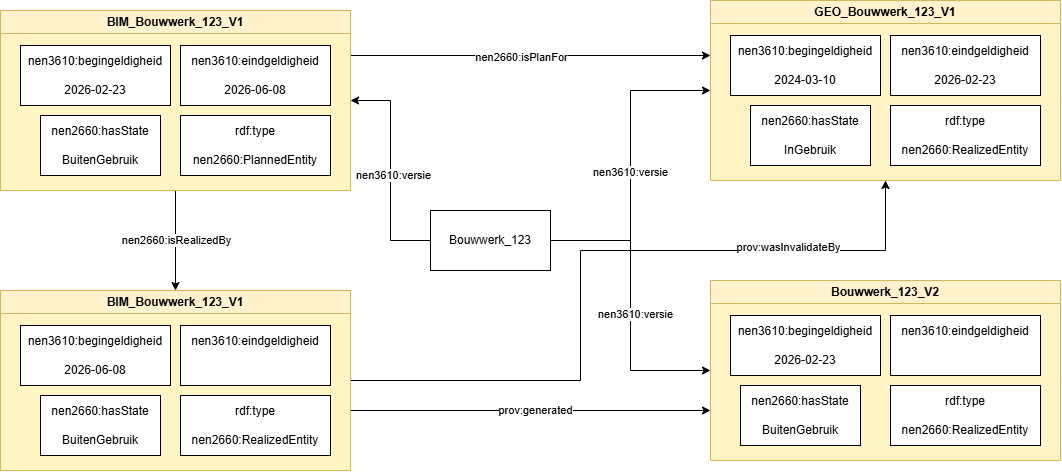
This is media/levenscyclus/Bouwwerk_met_verschillende_versies-Bouwwerk_2.png from Geonovum/GeoBIM_BIM_naar_Geo, a draw.io export, as it was before one commit. Source tidied: cells renumbered, new cells last; positions are measured from the earlier drawing's top-left corner, leaving out a move shared by most shapes. The source it was exported from:
```xml
<mxGraphModel>
  <root>
    <mxCell id="0" />
    <mxCell id="1" parent="0" />
    <mxCell id="2" style="edgeStyle=orthogonalEdgeStyle;rounded=0;jettySize=auto;html=1;entryX=0;entryY=0.5;entryDx=0;entryDy=0;" parent="1" edge="1" source="8" target="9">
      <mxGeometry relative="1" as="geometry" />
    </mxCell>
    <mxCell id="3" value="nen3610:versie" style="edgeLabel;html=1;align=center;verticalAlign=middle;" parent="2" vertex="1">
      <mxGeometry x="-0.04" y="1" relative="1" as="geometry" />
    </mxCell>
    <mxCell id="4" style="edgeStyle=orthogonalEdgeStyle;rounded=0;jettySize=auto;html=1;entryX=0;entryY=0.5;entryDx=0;entryDy=0;" parent="1" edge="1" source="8" target="14">
      <mxGeometry relative="1" as="geometry" />
    </mxCell>
    <mxCell id="5" value="nen3610:versie" style="edgeLabel;html=1;align=center;verticalAlign=middle;" parent="4" vertex="1">
      <mxGeometry x="0.37" y="4" relative="1" as="geometry">
        <mxPoint y="-46" as="offset" />
      </mxGeometry>
    </mxCell>
    <mxCell id="6" style="edgeStyle=orthogonalEdgeStyle;rounded=0;jettySize=auto;html=1;entryX=1;entryY=0.5;entryDx=0;entryDy=0;" parent="1" edge="1" source="8" target="23">
      <mxGeometry relative="1" as="geometry" />
    </mxCell>
    <mxCell id="7" value="nen3610:versie" style="edgeLabel;html=1;align=center;verticalAlign=middle;" parent="6" vertex="1">
      <mxGeometry x="-0.04" y="-2" relative="1" as="geometry" />
    </mxCell>
    <mxCell id="8" value="Bouwwerk_123" style="rounded=0;whiteSpace=wrap;html=1;" parent="1" vertex="1">
      <mxGeometry x="430" y="210" width="120" height="60" as="geometry" />
    </mxCell>
    <mxCell id="9" value="GEO_Bouwwerk_123_V1" style="swimlane;whiteSpace=wrap;html=1;fillColor=#fff2cc;strokeColor=#d6b656;fillStyle=solid;swimlaneFillColor=#FFF4C3;" parent="1" vertex="1">
      <mxGeometry x="710" width="350" height="180" as="geometry" />
    </mxCell>
    <mxCell id="10" value="nen2660:hasState &lt;br&gt;&lt;br&gt;&lt;div&gt;InGebruik&lt;/div&gt;" style="rounded=0;whiteSpace=wrap;html=1;" parent="9" vertex="1">
      <mxGeometry x="40" y="105" width="120" height="60" as="geometry" />
    </mxCell>
    <mxCell id="11" value="nen3610:begingeldigheid&lt;br&gt;&lt;br&gt;&lt;div&gt;2024-03-10&lt;/div&gt;" style="rounded=0;whiteSpace=wrap;html=1;" parent="9" vertex="1">
      <mxGeometry x="20" y="35" width="150" height="60" as="geometry" />
    </mxCell>
    <mxCell id="12" value="nen3610:eindgeldigheid&lt;br&gt;&lt;br&gt;&lt;div&gt;2026-02-23&lt;/div&gt;" style="rounded=0;whiteSpace=wrap;html=1;" parent="9" vertex="1">
      <mxGeometry x="180" y="35" width="150" height="60" as="geometry" />
    </mxCell>
    <mxCell id="13" value="rdf:type&lt;br&gt;&lt;br&gt;&lt;div&gt;nen2660:RealizedEntity&lt;/div&gt;" style="rounded=0;whiteSpace=wrap;html=1;" parent="9" vertex="1">
      <mxGeometry x="180" y="105" width="150" height="60" as="geometry" />
    </mxCell>
    <mxCell id="14" value="Bouwwerk_123_V2" style="swimlane;whiteSpace=wrap;html=1;fillColor=#fff2cc;strokeColor=#d6b656;fillStyle=solid;swimlaneFillColor=#FFF4C3;" parent="1" vertex="1">
      <mxGeometry x="710" y="280" width="350" height="180" as="geometry" />
    </mxCell>
    <mxCell id="15" value="nen2660:hasState &lt;br&gt;&lt;br&gt;&lt;div&gt;BuitenGebruik&lt;/div&gt;" style="rounded=0;whiteSpace=wrap;html=1;" parent="14" vertex="1">
      <mxGeometry x="30" y="105" width="120" height="60" as="geometry" />
    </mxCell>
    <mxCell id="16" value="nen3610:begingeldigheid&lt;br&gt;&lt;br&gt;&lt;div&gt;2026-02-23&lt;/div&gt;" style="rounded=0;whiteSpace=wrap;html=1;" parent="14" vertex="1">
      <mxGeometry x="20" y="35" width="150" height="60" as="geometry" />
    </mxCell>
    <mxCell id="17" value="nen3610:eindgeldigheid&lt;br&gt;&lt;div&gt;&amp;nbsp;&lt;br&gt;&lt;br&gt;&lt;/div&gt;" style="rounded=0;whiteSpace=wrap;html=1;" parent="14" vertex="1">
      <mxGeometry x="180" y="35" width="150" height="60" as="geometry" />
    </mxCell>
    <mxCell id="18" value="rdf:type&lt;br&gt;&lt;br&gt;&lt;div&gt;nen2660:RealizedEntity&lt;/div&gt;" style="rounded=0;whiteSpace=wrap;html=1;" parent="14" vertex="1">
      <mxGeometry x="180" y="105" width="150" height="60" as="geometry" />
    </mxCell>
    <mxCell id="19" style="edgeStyle=orthogonalEdgeStyle;rounded=0;jettySize=auto;html=1;exitX=1;exitY=0.25;exitDx=0;exitDy=0;" parent="1" edge="1" source="23">
      <mxGeometry relative="1" as="geometry">
        <mxPoint x="710" y="55" as="targetPoint" />
      </mxGeometry>
    </mxCell>
    <mxCell id="20" value="nen2660:isPlanFor" style="edgeLabel;html=1;align=center;verticalAlign=middle;" parent="19" vertex="1">
      <mxGeometry x="0.08" y="-1" relative="1" as="geometry">
        <mxPoint x="-24" as="offset" />
      </mxGeometry>
    </mxCell>
    <mxCell id="21" style="edgeStyle=orthogonalEdgeStyle;rounded=0;jettySize=auto;html=1;" parent="1" edge="1" source="23" target="32">
      <mxGeometry relative="1" as="geometry" />
    </mxCell>
    <mxCell id="22" value="nen2660:isRealizedBy" style="edgeLabel;html=1;align=center;verticalAlign=middle;" parent="21" vertex="1">
      <mxGeometry x="-0.01" relative="1" as="geometry" />
    </mxCell>
    <mxCell id="23" value="BIM_Bouwwerk_123_V1" style="swimlane;whiteSpace=wrap;html=1;fillColor=#fff2cc;strokeColor=#d6b656;fillStyle=solid;swimlaneFillColor=#FFF4C3;" parent="1" vertex="1">
      <mxGeometry y="10" width="350" height="180" as="geometry" />
    </mxCell>
    <mxCell id="24" value="nen2660:hasState &lt;br&gt;&lt;br&gt;&lt;div&gt;BuitenGebruik&lt;/div&gt;" style="rounded=0;whiteSpace=wrap;html=1;" parent="23" vertex="1">
      <mxGeometry x="40" y="105" width="120" height="60" as="geometry" />
    </mxCell>
    <mxCell id="25" value="nen3610:begingeldigheid&lt;br&gt;&lt;br&gt;&lt;div&gt;2026-02-23&lt;/div&gt;" style="rounded=0;whiteSpace=wrap;html=1;" parent="23" vertex="1">
      <mxGeometry x="20" y="35" width="150" height="60" as="geometry" />
    </mxCell>
    <mxCell id="26" value="nen3610:eindgeldigheid&lt;br&gt;&lt;br&gt;&lt;div&gt;2026-06-08&lt;/div&gt;" style="rounded=0;whiteSpace=wrap;html=1;" parent="23" vertex="1">
      <mxGeometry x="180" y="35" width="150" height="60" as="geometry" />
    </mxCell>
    <mxCell id="27" value="rdf:type&lt;br&gt;&lt;br&gt;&lt;div&gt;nen2660:PlannedEntity&lt;/div&gt;" style="rounded=0;whiteSpace=wrap;html=1;" parent="23" vertex="1">
      <mxGeometry x="180" y="105" width="150" height="60" as="geometry" />
    </mxCell>
    <mxCell id="28" style="edgeStyle=orthogonalEdgeStyle;rounded=0;orthogonalLoop=1;jettySize=auto;html=1;" parent="1" edge="1">
      <mxGeometry relative="1" as="geometry">
        <mxPoint x="350" y="410" as="sourcePoint" />
        <mxPoint x="710" y="410" as="targetPoint" />
      </mxGeometry>
    </mxCell>
    <mxCell id="29" value="prov:generated" style="edgeLabel;html=1;align=center;verticalAlign=middle;" parent="28" vertex="1">
      <mxGeometry x="0.02" y="1" relative="1" as="geometry" />
    </mxCell>
    <mxCell id="30" style="edgeStyle=orthogonalEdgeStyle;rounded=0;jettySize=auto;html=1;entryX=0.5;entryY=1;entryDx=0;entryDy=0;exitX=1;exitY=0.5;exitDx=0;exitDy=0;" parent="1" edge="1" source="32" target="9">
      <mxGeometry relative="1" as="geometry">
        <Array as="points">
          <mxPoint x="580" y="380" />
          <mxPoint x="580" y="250" />
          <mxPoint x="885" y="250" />
        </Array>
      </mxGeometry>
    </mxCell>
    <mxCell id="31" value="prov:wasInvalidateBy" style="edgeLabel;html=1;align=center;verticalAlign=middle;" parent="30" vertex="1">
      <mxGeometry x="0.54" y="4" relative="1" as="geometry" />
    </mxCell>
    <mxCell id="32" value="BIM_Bouwwerk_123_V1" style="swimlane;whiteSpace=wrap;html=1;fillColor=#fff2cc;strokeColor=#d6b656;fillStyle=solid;swimlaneFillColor=#FFF4C3;" parent="1" vertex="1">
      <mxGeometry y="290" width="350" height="180" as="geometry" />
    </mxCell>
    <mxCell id="33" value="nen2660:hasState &lt;br&gt;&lt;br&gt;&lt;div&gt;BuitenGebruik&lt;/div&gt;" style="rounded=0;whiteSpace=wrap;html=1;" parent="32" vertex="1">
      <mxGeometry x="40" y="105" width="120" height="60" as="geometry" />
    </mxCell>
    <mxCell id="34" value="nen3610:begingeldigheid&lt;br&gt;&lt;br&gt;&lt;div&gt;2026-06-08&lt;/div&gt;" style="rounded=0;whiteSpace=wrap;html=1;" parent="32" vertex="1">
      <mxGeometry x="20" y="35" width="150" height="60" as="geometry" />
    </mxCell>
    <mxCell id="35" value="nen3610:eindgeldigheid&lt;br&gt;&lt;br&gt;&lt;div&gt;&amp;nbsp;&lt;/div&gt;" style="rounded=0;whiteSpace=wrap;html=1;" parent="32" vertex="1">
      <mxGeometry x="180" y="35" width="150" height="60" as="geometry" />
    </mxCell>
    <mxCell id="36" value="rdf:type&lt;br&gt;&lt;br&gt;&lt;div&gt;nen2660:RealizedEntity&lt;/div&gt;" style="rounded=0;whiteSpace=wrap;html=1;" parent="32" vertex="1">
      <mxGeometry x="180" y="105" width="150" height="60" as="geometry" />
    </mxCell>
  </root>
</mxGraphModel>
```
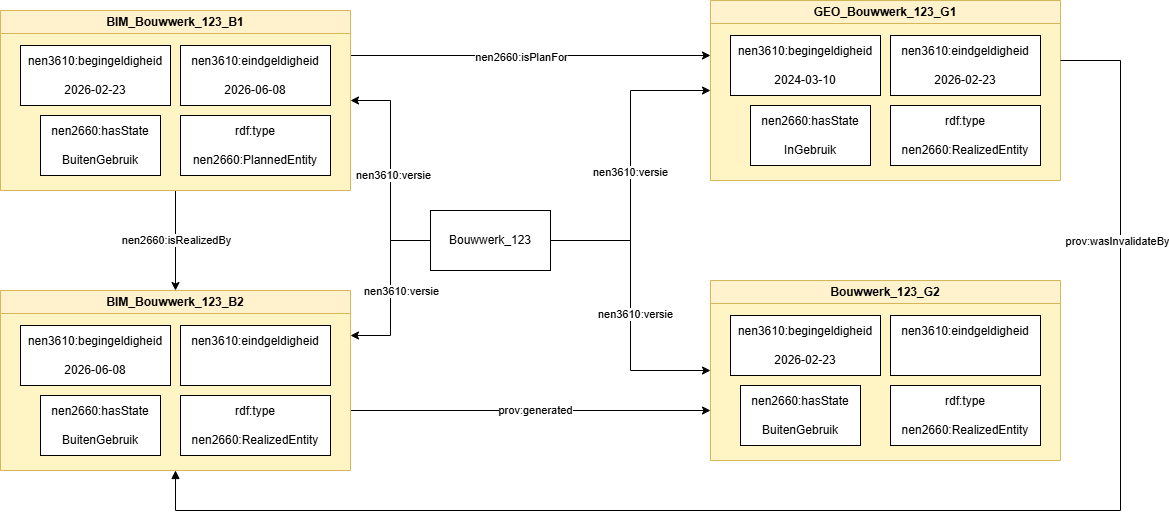
After the change.

Diff of the diagram source:
```diff
@@ -25,7 +25,7 @@
     <mxCell id="8" value="Bouwwerk_123" style="rounded=0;whiteSpace=wrap;html=1;" parent="1" vertex="1">
       <mxGeometry x="430" y="210" width="120" height="60" as="geometry" />
     </mxCell>
-    <mxCell id="9" value="GEO_Bouwwerk_123_V1" style="swimlane;whiteSpace=wrap;html=1;fillColor=#fff2cc;strokeColor=#d6b656;fillStyle=solid;swimlaneFillColor=#FFF4C3;" parent="1" vertex="1">
+    <mxCell id="9" value="GEO_Bouwwerk_123_G1" style="swimlane;whiteSpace=wrap;html=1;fillColor=#fff2cc;strokeColor=#d6b656;fillStyle=solid;swimlaneFillColor=#FFF4C3;" parent="1" vertex="1">
       <mxGeometry x="710" width="350" height="180" as="geometry" />
     </mxCell>
     <mxCell id="10" value="nen2660:hasState &lt;br&gt;&lt;br&gt;&lt;div&gt;InGebruik&lt;/div&gt;" style="rounded=0;whiteSpace=wrap;html=1;" parent="9" vertex="1">
@@ -40,7 +40,7 @@
     <mxCell id="13" value="rdf:type&lt;br&gt;&lt;br&gt;&lt;div&gt;nen2660:RealizedEntity&lt;/div&gt;" style="rounded=0;whiteSpace=wrap;html=1;" parent="9" vertex="1">
       <mxGeometry x="180" y="105" width="150" height="60" as="geometry" />
     </mxCell>
-    <mxCell id="14" value="Bouwwerk_123_V2" style="swimlane;whiteSpace=wrap;html=1;fillColor=#fff2cc;strokeColor=#d6b656;fillStyle=solid;swimlaneFillColor=#FFF4C3;" parent="1" vertex="1">
+    <mxCell id="14" value="Bouwwerk_123_G2" style="swimlane;whiteSpace=wrap;html=1;fillColor=#fff2cc;strokeColor=#d6b656;fillStyle=solid;swimlaneFillColor=#FFF4C3;" parent="1" vertex="1">
       <mxGeometry x="710" y="280" width="350" height="180" as="geometry" />
     </mxCell>
     <mxCell id="15" value="nen2660:hasState &lt;br&gt;&lt;br&gt;&lt;div&gt;BuitenGebruik&lt;/div&gt;" style="rounded=0;whiteSpace=wrap;html=1;" parent="14" vertex="1">
@@ -71,7 +71,7 @@
     <mxCell id="22" value="nen2660:isRealizedBy" style="edgeLabel;html=1;align=center;verticalAlign=middle;" parent="21" vertex="1">
       <mxGeometry x="-0.01" relative="1" as="geometry" />
     </mxCell>
-    <mxCell id="23" value="BIM_Bouwwerk_123_V1" style="swimlane;whiteSpace=wrap;html=1;fillColor=#fff2cc;strokeColor=#d6b656;fillStyle=solid;swimlaneFillColor=#FFF4C3;" parent="1" vertex="1">
+    <mxCell id="23" value="BIM_Bouwwerk_123_B1" style="swimlane;whiteSpace=wrap;html=1;fillColor=#fff2cc;strokeColor=#d6b656;fillStyle=solid;swimlaneFillColor=#FFF4C3;" parent="1" vertex="1">
       <mxGeometry y="10" width="350" height="180" as="geometry" />
     </mxCell>
     <mxCell id="24" value="nen2660:hasState &lt;br&gt;&lt;br&gt;&lt;div&gt;BuitenGebruik&lt;/div&gt;" style="rounded=0;whiteSpace=wrap;html=1;" parent="23" vertex="1">
@@ -95,19 +95,22 @@
     <mxCell id="29" value="prov:generated" style="edgeLabel;html=1;align=center;verticalAlign=middle;" parent="28" vertex="1">
       <mxGeometry x="0.02" y="1" relative="1" as="geometry" />
     </mxCell>
-    <mxCell id="30" style="edgeStyle=orthogonalEdgeStyle;rounded=0;jettySize=auto;html=1;entryX=0.5;entryY=1;entryDx=0;entryDy=0;exitX=1;exitY=0.5;exitDx=0;exitDy=0;" parent="1" edge="1" source="32" target="9">
-      <mxGeometry relative="1" as="geometry">
+    <mxCell id="30" style="edgeStyle=orthogonalEdgeStyle;rounded=0;jettySize=auto;html=1;startArrow=block;startFill=1;endArrow=none;endFill=0;exitX=0.5;exitY=1;exitDx=0;exitDy=0;" parent="1" edge="1" source="32">
+      <mxGeometry x="-0.1" relative="1" as="geometry">
+        <mxPoint x="1060" y="60" as="targetPoint" />
         <Array as="points">
-          <mxPoint x="580" y="380" />
-          <mxPoint x="580" y="250" />
-          <mxPoint x="885" y="250" />
+          <mxPoint x="175" y="510" />
+          <mxPoint x="1120" y="510" />
+          <mxPoint x="1120" y="60" />
         </Array>
       </mxGeometry>
     </mxCell>
     <mxCell id="31" value="prov:wasInvalidateBy" style="edgeLabel;html=1;align=center;verticalAlign=middle;" parent="30" vertex="1">
-      <mxGeometry x="0.54" y="4" relative="1" as="geometry" />
+      <mxGeometry x="0.44" y="4" relative="1" as="geometry">
+        <mxPoint y="-179" as="offset" />
+      </mxGeometry>
     </mxCell>
-    <mxCell id="32" value="BIM_Bouwwerk_123_V1" style="swimlane;whiteSpace=wrap;html=1;fillColor=#fff2cc;strokeColor=#d6b656;fillStyle=solid;swimlaneFillColor=#FFF4C3;" parent="1" vertex="1">
+    <mxCell id="32" value="BIM_Bouwwerk_123_B2" style="swimlane;whiteSpace=wrap;html=1;fillColor=#fff2cc;strokeColor=#d6b656;fillStyle=solid;swimlaneFillColor=#FFF4C3;" parent="1" vertex="1">
       <mxGeometry y="290" width="350" height="180" as="geometry" />
     </mxCell>
     <mxCell id="33" value="nen2660:hasState &lt;br&gt;&lt;br&gt;&lt;div&gt;BuitenGebruik&lt;/div&gt;" style="rounded=0;whiteSpace=wrap;html=1;" parent="32" vertex="1">
@@ -122,5 +125,13 @@
     <mxCell id="36" value="rdf:type&lt;br&gt;&lt;br&gt;&lt;div&gt;nen2660:RealizedEntity&lt;/div&gt;" style="rounded=0;whiteSpace=wrap;html=1;" parent="32" vertex="1">
       <mxGeometry x="180" y="105" width="150" height="60" as="geometry" />
     </mxCell>
+    <mxCell id="37" style="edgeStyle=orthogonalEdgeStyle;rounded=0;jettySize=auto;html=1;entryX=1;entryY=0.25;entryDx=0;entryDy=0;exitX=0;exitY=0.5;exitDx=0;exitDy=0;" parent="1" edge="1" source="8" target="32">
+      <mxGeometry x="0.09" relative="1" as="geometry" />
+    </mxCell>
+    <mxCell id="38" value="nen3610:versie" style="edgeLabel;html=1;align=center;verticalAlign=middle;" parent="37" vertex="1">
+      <mxGeometry x="0.05" y="-2" relative="1" as="geometry">
+        <mxPoint x="12" y="-2" as="offset" />
+      </mxGeometry>
+    </mxCell>
   </root>
 </mxGraphModel>
```
